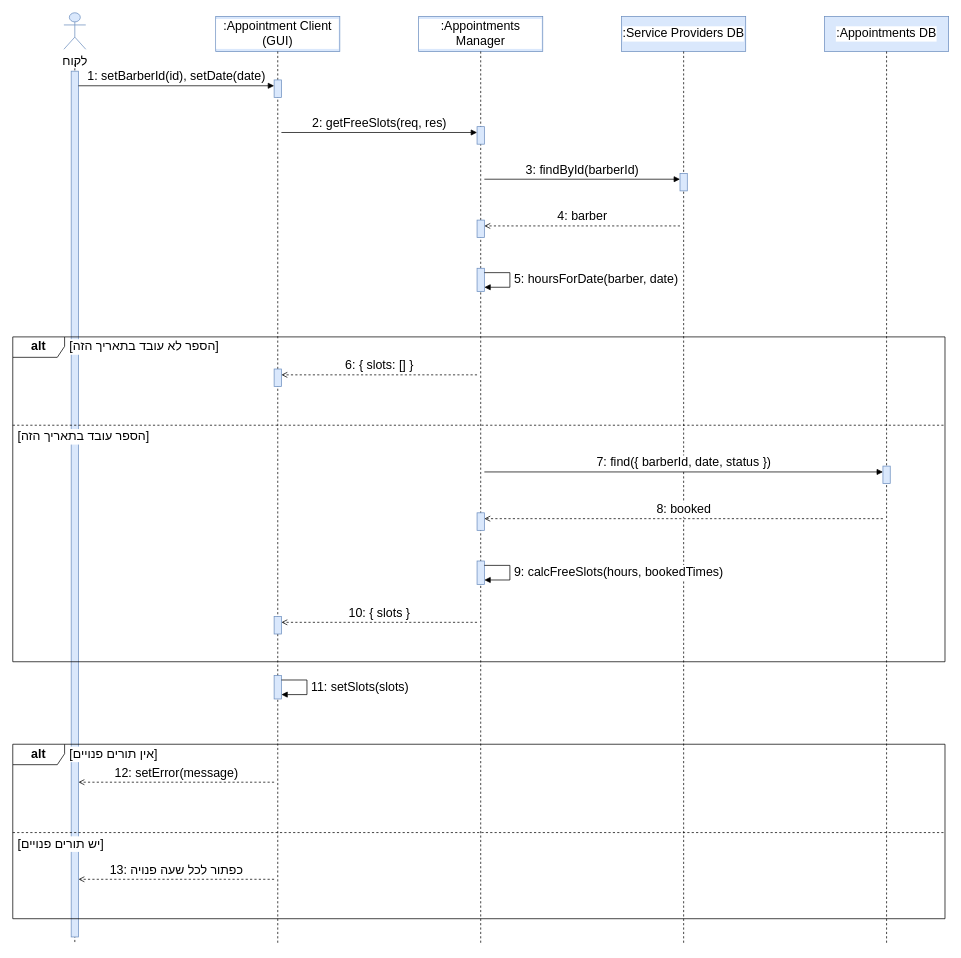
Above: diagrams/OBJ-BookAppointment-1.drawio in arielkaplan20/project_Golden_Hair_Salon (draw.io), before the change. Source tidied: cells renumbered, new cells numbered last; positions are measured from the earlier drawing's top-left corner, leaving out a move shared by most shapes. Both pictures are drawn from the tidied source at 73%, with x=0, y=0 at pixel (12, 12).
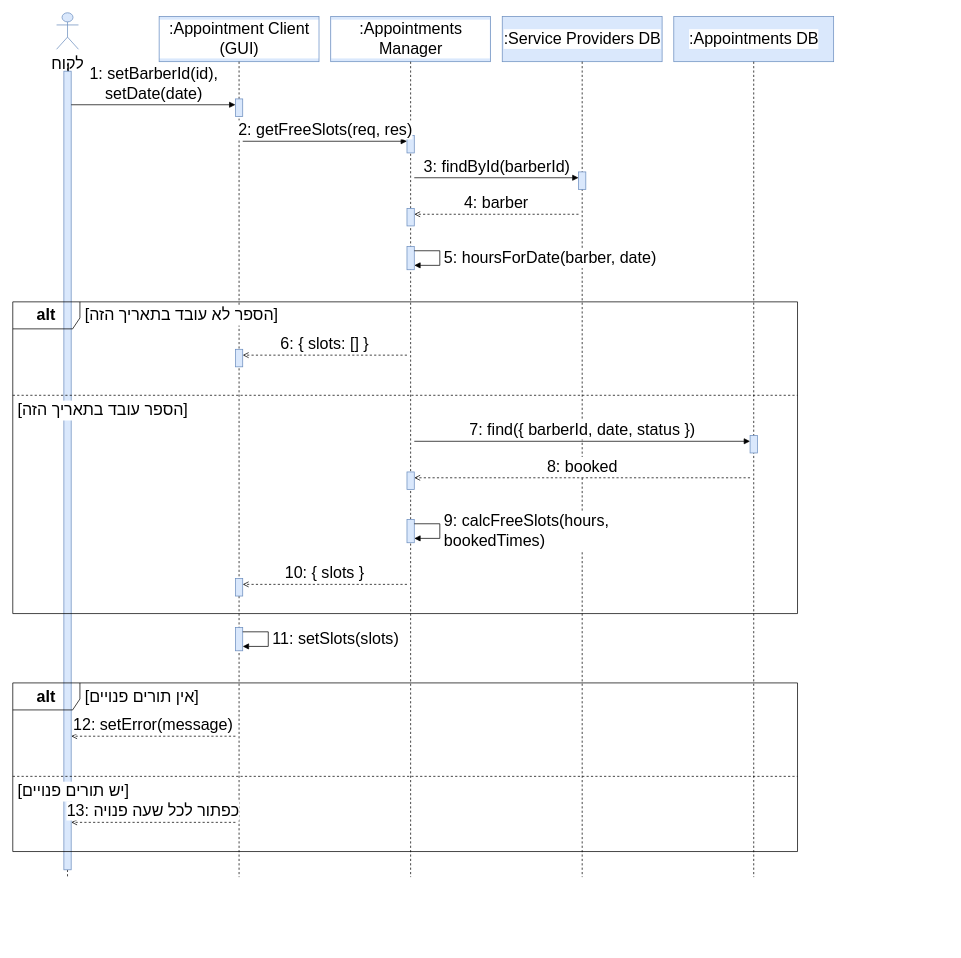
After the change.

Diff of the diagram source:
```diff
@@
-    <mxCell id="2" value="לקוח" style="shape=umlActor;verticalLabelPosition=bottom;verticalAlign=top;html=1;fillColor=#dae8fc;strokeColor=#6c8ebf;fontSize=17;labelBackgroundColor=#ffffff;" parent="1" vertex="1">
-      <mxGeometry x="70" width="30" height="50" as="geometry" />
+    <mxCell id="2" value="לקוח" style="shape=umlActor;verticalLabelPosition=bottom;verticalAlign=top;html=1;fillColor=#dae8fc;strokeColor=#6c8ebf;fontSize=22;labelBackgroundColor=#ffffff;" parent="1" vertex="1">
+      <mxGeometry x="60" width="30" height="50" as="geometry" />
     </mxCell>
-    <mxCell id="3" value=":Appointment Client (GUI)" style="rounded=0;whiteSpace=wrap;html=1;fillColor=#dae8fc;strokeColor=#6c8ebf;fontSize=17;labelBackgroundColor=#ffffff;" parent="1" vertex="1">
-      <mxGeometry x="278" y="5" width="170" height="48" as="geometry" />
+    <mxCell id="3" value=":Appointment Client (GUI)" style="rounded=0;whiteSpace=wrap;html=1;fillColor=#dae8fc;strokeColor=#6c8ebf;fontSize=22;labelBackgroundColor=#ffffff;" parent="1" vertex="1">
+      <mxGeometry x="200.5" y="5" width="219" height="62" as="geometry" />
     </mxCell>
-    <mxCell id="4" value=":Appointments Manager" style="rounded=0;whiteSpace=wrap;html=1;fillColor=#dae8fc;strokeColor=#6c8ebf;fontSize=17;labelBackgroundColor=#ffffff;" parent="1" vertex="1">
-      <mxGeometry x="556" y="5" width="170" height="48" as="geometry" />
+    <mxCell id="4" value=":Appointments Manager" style="rounded=0;whiteSpace=wrap;html=1;fillColor=#dae8fc;strokeColor=#6c8ebf;fontSize=22;labelBackgroundColor=#ffffff;" parent="1" vertex="1">
+      <mxGeometry x="435.5" y="5" width="219" height="62" as="geometry" />
     </mxCell>
-    <mxCell id="5" value=":Service Providers DB" style="rounded=0;whiteSpace=wrap;html=1;fillColor=#dae8fc;strokeColor=#6c8ebf;fontSize=17;labelBackgroundColor=#ffffff;" parent="1" vertex="1">
-      <mxGeometry x="834" y="5" width="170" height="48" as="geometry" />
+    <mxCell id="5" value=":Service Providers DB" style="rounded=0;whiteSpace=wrap;html=1;fillColor=#dae8fc;strokeColor=#6c8ebf;fontSize=22;labelBackgroundColor=#ffffff;" parent="1" vertex="1">
+      <mxGeometry x="670.5" y="5" width="219" height="62" as="geometry" />
     </mxCell>
-    <mxCell id="6" value=":Appointments DB" style="rounded=0;whiteSpace=wrap;html=1;fillColor=#dae8fc;strokeColor=#6c8ebf;fontSize=17;labelBackgroundColor=#ffffff;" parent="1" vertex="1">
-      <mxGeometry x="1112" y="5" width="170" height="48" as="geometry" />
+    <mxCell id="6" value=":Appointments DB" style="rounded=0;whiteSpace=wrap;html=1;fillColor=#dae8fc;strokeColor=#6c8ebf;fontSize=22;labelBackgroundColor=#ffffff;" parent="1" vertex="1">
+      <mxGeometry x="905.5" y="5" width="219" height="62" as="geometry" />
     </mxCell>
     <mxCell id="7" style="endArrow=none;html=1;dashed=1;strokeColor=#000000;" parent="1" edge="1">
       <mxGeometry relative="1" as="geometry">
-        <mxPoint x="85" y="70" as="sourcePoint" />
-        <mxPoint x="85" y="1276" as="targetPoint" />
+        <mxPoint x="75" y="70" as="sourcePoint" />
+        <mxPoint x="75" y="1184" as="targetPoint" />
       </mxGeometry>
     </mxCell>
     <mxCell id="8" style="rounded=0;html=1;fillColor=#dae8fc;strokeColor=#6c8ebf;" parent="1" vertex="1">
-      <mxGeometry x="80" y="80" width="10" height="1186" as="geometry" />
+      <mxGeometry x="70" y="80" width="10" height="1094" as="geometry" />
     </mxCell>
     <mxCell id="9" style="endArrow=none;html=1;dashed=1;strokeColor=#000000;" parent="1" edge="1">
       <mxGeometry relative="1" as="geometry">
-        <mxPoint x="363" y="53" as="sourcePoint" />
-        <mxPoint x="363" y="1276" as="targetPoint" />
+        <mxPoint x="310" y="67" as="sourcePoint" />
+        <mxPoint x="310" y="1184" as="targetPoint" />
       </mxGeometry>
     </mxCell>
     <mxCell id="10" style="endArrow=none;html=1;dashed=1;strokeColor=#000000;" parent="1" edge="1">
       <mxGeometry relative="1" as="geometry">
-        <mxPoint x="641" y="53" as="sourcePoint" />
-        <mxPoint x="641" y="1276" as="targetPoint" />
+        <mxPoint x="545" y="67" as="sourcePoint" />
+        <mxPoint x="545" y="1184" as="targetPoint" />
       </mxGeometry>
     </mxCell>
     <mxCell id="11" style="endArrow=none;html=1;dashed=1;strokeColor=#000000;" parent="1" edge="1">
       <mxGeometry relative="1" as="geometry">
-        <mxPoint x="919" y="53" as="sourcePoint" />
-        <mxPoint x="919" y="1276" as="targetPoint" />
+        <mxPoint x="780" y="67" as="sourcePoint" />
+        <mxPoint x="780" y="1184" as="targetPoint" />
       </mxGeometry>
     </mxCell>
     <mxCell id="12" style="endArrow=none;html=1;dashed=1;strokeColor=#000000;" parent="1" edge="1">
       <mxGeometry relative="1" as="geometry">
-        <mxPoint x="1197" y="53" as="sourcePoint" />
-        <mxPoint x="1197" y="1276" as="targetPoint" />
+        <mxPoint x="1015" y="67" as="sourcePoint" />
+        <mxPoint x="1015" y="1184" as="targetPoint" />
       </mxGeometry>
     </mxCell>
     <mxCell id="13" style="rounded=0;html=1;fillColor=#dae8fc;strokeColor=#6c8ebf;" parent="1" vertex="1">
-      <mxGeometry x="358" y="92" width="10" height="24" as="geometry" />
+      <mxGeometry x="305" y="118" width="10" height="24" as="geometry" />
     </mxCell>
     <mxCell id="14" style="rounded=0;html=1;fillColor=#dae8fc;strokeColor=#6c8ebf;" parent="1" vertex="1">
-      <mxGeometry x="636" y="156" width="10" height="24" as="geometry" />
+      <mxGeometry x="540" y="168" width="10" height="24" as="geometry" />
     </mxCell>
     <mxCell id="15" style="rounded=0;html=1;fillColor=#dae8fc;strokeColor=#6c8ebf;" parent="1" vertex="1">
-      <mxGeometry x="914" y="220" width="10" height="24" as="geometry" />
+      <mxGeometry x="775" y="218" width="10" height="24" as="geometry" />
     </mxCell>
     <mxCell id="16" style="rounded=0;html=1;fillColor=#dae8fc;strokeColor=#6c8ebf;" parent="1" vertex="1">
-      <mxGeometry x="636" y="284" width="10" height="24" as="geometry" />
+      <mxGeometry x="540" y="268" width="10" height="24" as="geometry" />
     </mxCell>
     <mxCell id="17" style="rounded=0;html=1;fillColor=#dae8fc;strokeColor=#6c8ebf;" parent="1" vertex="1">
-      <mxGeometry x="636" y="350" width="10" height="32" as="geometry" />
+      <mxGeometry x="540" y="320" width="10" height="32" as="geometry" />
     </mxCell>
     <mxCell id="18" style="rounded=0;html=1;fillColor=#dae8fc;strokeColor=#6c8ebf;" parent="1" vertex="1">
-      <mxGeometry x="358" y="488" width="10" height="24" as="geometry" />
+      <mxGeometry x="305" y="461" width="10" height="24" as="geometry" />
     </mxCell>
     <mxCell id="19" style="rounded=0;html=1;fillColor=#dae8fc;strokeColor=#6c8ebf;" parent="1" vertex="1">
-      <mxGeometry x="1192" y="621" width="10" height="24" as="geometry" />
+      <mxGeometry x="1010" y="579" width="10" height="24" as="geometry" />
     </mxCell>
     <mxCell id="20" style="rounded=0;html=1;fillColor=#dae8fc;strokeColor=#6c8ebf;" parent="1" vertex="1">
-      <mxGeometry x="636" y="685" width="10" height="24" as="geometry" />
+      <mxGeometry x="540" y="629" width="10" height="24" as="geometry" />
     </mxCell>
     <mxCell id="21" style="rounded=0;html=1;fillColor=#dae8fc;strokeColor=#6c8ebf;" parent="1" vertex="1">
-      <mxGeometry x="636" y="751" width="10" height="32" as="geometry" />
+      <mxGeometry x="540" y="694" width="10" height="32" as="geometry" />
     </mxCell>
     <mxCell id="22" style="rounded=0;html=1;fillColor=#dae8fc;strokeColor=#6c8ebf;" parent="1" vertex="1">
-      <mxGeometry x="358" y="827" width="10" height="24" as="geometry" />
+      <mxGeometry x="305" y="775" width="10" height="24" as="geometry" />
     </mxCell>
     <mxCell id="23" style="rounded=0;html=1;fillColor=#dae8fc;strokeColor=#6c8ebf;" parent="1" vertex="1">
-      <mxGeometry x="358" y="908" width="10" height="32" as="geometry" />
+      <mxGeometry x="305" y="842" width="10" height="32" as="geometry" />
     </mxCell>
-    <mxCell id="24" value="&lt;b&gt;alt&lt;/b&gt;" style="shape=umlFrame;whiteSpace=wrap;html=1;width=71;height=28;fillColor=none;fontSize=17;labelBackgroundColor=#ffffff;" parent="1" vertex="1">
-      <mxGeometry y="444" width="1277" height="445" as="geometry" />
+    <mxCell id="24" value="&lt;b&gt;alt&lt;/b&gt;" style="shape=umlFrame;whiteSpace=wrap;html=1;width=92;height=37;fillColor=none;fontSize=22;labelBackgroundColor=#ffffff;" parent="1" vertex="1">
+      <mxGeometry y="396" width="1075" height="427" as="geometry" />
     </mxCell>
-    <mxCell id="25" value="&lt;span style='background:#ffffff'&gt;[הספר לא עובד בתאריך הזה]&lt;/span&gt;" style="text;html=1;align=left;verticalAlign=middle;whiteSpace=nowrap;fillColor=none;strokeColor=none;fontSize=17;labelBackgroundColor=#ffffff;" parent="1" vertex="1">
-      <mxGeometry x="76" y="444" width="400" height="28" as="geometry" />
+    <mxCell id="25" value="&lt;span style='background:#ffffff'&gt;[הספר לא עובד בתאריך הזה]&lt;/span&gt;" style="text;html=1;align=left;verticalAlign=middle;whiteSpace=nowrap;fillColor=none;strokeColor=none;fontSize=22;labelBackgroundColor=#ffffff;" parent="1" vertex="1">
+      <mxGeometry x="97" y="396" width="400" height="37" as="geometry" />
     </mxCell>
     <mxCell id="26" style="endArrow=none;html=1;dashed=1;" parent="1" edge="1">
       <mxGeometry relative="1" as="geometry">
-        <mxPoint y="565" as="sourcePoint" />
-        <mxPoint x="1277" y="565" as="targetPoint" />
+        <mxPoint y="524" as="sourcePoint" />
+        <mxPoint x="1075" y="524" as="targetPoint" />
       </mxGeometry>
     </mxCell>
-    <mxCell id="27" value="&lt;span style='background:#ffffff'&gt;[הספר עובד בתאריך הזה]&lt;/span&gt;" style="text;html=1;align=left;verticalAlign=middle;whiteSpace=nowrap;fillColor=none;strokeColor=none;fontSize=17;labelBackgroundColor=#ffffff;" parent="1" vertex="1">
-      <mxGeometry x="5" y="567" width="400" height="28" as="geometry" />
+    <mxCell id="27" value="&lt;span style='background:#ffffff'&gt;[הספר עובד בתאריך הזה]&lt;/span&gt;" style="text;html=1;align=left;verticalAlign=middle;whiteSpace=nowrap;fillColor=none;strokeColor=none;fontSize=22;labelBackgroundColor=#ffffff;" parent="1" vertex="1">
+      <mxGeometry x="5" y="526" width="400" height="37" as="geometry" />
     </mxCell>
-    <mxCell id="28" value="&lt;b&gt;alt&lt;/b&gt;" style="shape=umlFrame;whiteSpace=wrap;html=1;width=71;height=28;fillColor=none;fontSize=17;labelBackgroundColor=#ffffff;" parent="1" vertex="1">
-      <mxGeometry y="1002" width="1277" height="239" as="geometry" />
+    <mxCell id="28" value="&lt;b&gt;alt&lt;/b&gt;" style="shape=umlFrame;whiteSpace=wrap;html=1;width=92;height=37;fillColor=none;fontSize=22;labelBackgroundColor=#ffffff;" parent="1" vertex="1">
+      <mxGeometry y="918" width="1075" height="231" as="geometry" />
     </mxCell>
-    <mxCell id="29" value="&lt;span style='background:#ffffff'&gt;[אין תורים פנויים]&lt;/span&gt;" style="text;html=1;align=left;verticalAlign=middle;whiteSpace=nowrap;fillColor=none;strokeColor=none;fontSize=17;labelBackgroundColor=#ffffff;" parent="1" vertex="1">
-      <mxGeometry x="76" y="1002" width="400" height="28" as="geometry" />
+    <mxCell id="29" value="&lt;span style='background:#ffffff'&gt;[אין תורים פנויים]&lt;/span&gt;" style="text;html=1;align=left;verticalAlign=middle;whiteSpace=nowrap;fillColor=none;strokeColor=none;fontSize=22;labelBackgroundColor=#ffffff;" parent="1" vertex="1">
+      <mxGeometry x="97" y="918" width="400" height="37" as="geometry" />
     </mxCell>
     <mxCell id="30" style="endArrow=none;html=1;dashed=1;" parent="1" edge="1">
       <mxGeometry relative="1" as="geometry">
-        <mxPoint y="1123" as="sourcePoint" />
-        <mxPoint x="1277" y="1123" as="targetPoint" />
+        <mxPoint y="1046" as="sourcePoint" />
+        <mxPoint x="1075" y="1046" as="targetPoint" />
       </mxGeometry>
     </mxCell>
-    <mxCell id="31" value="&lt;span style='background:#ffffff'&gt;[יש תורים פנויים]&lt;/span&gt;" style="text;html=1;align=left;verticalAlign=middle;whiteSpace=nowrap;fillColor=none;strokeColor=none;fontSize=17;labelBackgroundColor=#ffffff;" parent="1" vertex="1">
-      <mxGeometry x="5" y="1125" width="400" height="28" as="geometry" />
+    <mxCell id="31" value="&lt;span style='background:#ffffff'&gt;[יש תורים פנויים]&lt;/span&gt;" style="text;html=1;align=left;verticalAlign=middle;whiteSpace=nowrap;fillColor=none;strokeColor=none;fontSize=22;labelBackgroundColor=#ffffff;" parent="1" vertex="1">
+      <mxGeometry x="5" y="1048" width="400" height="37" as="geometry" />
     </mxCell>
-    <mxCell id="32" value="1: setBarberId(id), setDate(date)" style="endArrow=block;endFill=1;html=1;rounded=0;verticalAlign=bottom;labelBackgroundColor=none;fontSize=17;labelBackgroundColor=#ffffff;" parent="1" edge="1">
+    <mxCell id="32" value="1: setBarberId(id),&lt;br&gt;setDate(date)" style="endArrow=block;endFill=1;html=1;rounded=0;verticalAlign=bottom;labelBackgroundColor=none;fontSize=22;labelBackgroundColor=#ffffff;" parent="1" edge="1">
       <mxGeometry relative="1" as="geometry">
-        <mxPoint x="90" y="100" as="sourcePoint" />
-        <mxPoint x="358" y="100" as="targetPoint" />
+        <mxPoint x="80" y="126" as="sourcePoint" />
+        <mxPoint x="305" y="126" as="targetPoint" />
       </mxGeometry>
     </mxCell>
-    <mxCell id="33" value="2: getFreeSlots(req, res)" style="endArrow=block;endFill=1;html=1;rounded=0;verticalAlign=bottom;labelBackgroundColor=none;fontSize=17;labelBackgroundColor=#ffffff;" parent="1" edge="1">
+    <mxCell id="33" value="2: getFreeSlots(req, res)" style="endArrow=block;endFill=1;html=1;rounded=0;verticalAlign=bottom;labelBackgroundColor=none;fontSize=22;labelBackgroundColor=#ffffff;" parent="1" edge="1">
       <mxGeometry relative="1" as="geometry">
-        <mxPoint x="368" y="164" as="sourcePoint" />
-        <mxPoint x="636" y="164" as="targetPoint" />
+        <mxPoint x="315" y="176" as="sourcePoint" />
+        <mxPoint x="540" y="176" as="targetPoint" />
       </mxGeometry>
     </mxCell>
-    <mxCell id="34" value="3: findById(barberId)" style="endArrow=block;endFill=1;html=1;rounded=0;verticalAlign=bottom;labelBackgroundColor=none;fontSize=17;labelBackgroundColor=#ffffff;" parent="1" edge="1">
+    <mxCell id="34" value="3: findById(barberId)" style="endArrow=block;endFill=1;html=1;rounded=0;verticalAlign=bottom;labelBackgroundColor=none;fontSize=22;labelBackgroundColor=#ffffff;" parent="1" edge="1">
       <mxGeometry relative="1" as="geometry">
-        <mxPoint x="646" y="228" as="sourcePoint" />
-        <mxPoint x="914" y="228" as="targetPoint" />
+        <mxPoint x="550" y="226" as="sourcePoint" />
+        <mxPoint x="775" y="226" as="targetPoint" />
       </mxGeometry>
     </mxCell>
-    <mxCell id="35" value="4: barber" style="endArrow=open;endFill=0;html=1;rounded=0;dashed=1;verticalAlign=bottom;labelBackgroundColor=none;fontSize=17;labelBackgroundColor=#ffffff;" parent="1" edge="1">
+    <mxCell id="35" value="4: barber" style="endArrow=open;endFill=0;html=1;rounded=0;dashed=1;verticalAlign=bottom;labelBackgroundColor=none;fontSize=22;labelBackgroundColor=#ffffff;" parent="1" edge="1">
       <mxGeometry relative="1" as="geometry">
-        <mxPoint x="914" y="292" as="sourcePoint" />
-        <mxPoint x="646" y="292" as="targetPoint" />
+        <mxPoint x="775" y="276" as="sourcePoint" />
+        <mxPoint x="550" y="276" as="targetPoint" />
       </mxGeometry>
     </mxCell>
-    <mxCell id="36" value="5: hoursForDate(barber, date)" style="endArrow=block;endFill=1;html=1;rounded=0;align=left;spacingLeft=4;labelBackgroundColor=none;fontSize=17;labelBackgroundColor=#ffffff;" parent="1" edge="1">
+    <mxCell id="36" value="5: hoursForDate(barber, date)" style="endArrow=block;endFill=1;html=1;rounded=0;align=left;spacingLeft=4;labelBackgroundColor=none;fontSize=22;labelBackgroundColor=#ffffff;" parent="1" edge="1">
       <mxGeometry relative="1" as="geometry">
-        <mxPoint x="646" y="356" as="sourcePoint" />
-        <mxPoint x="646" y="376" as="targetPoint" />
+        <mxPoint x="550" y="326" as="sourcePoint" />
+        <mxPoint x="550" y="346" as="targetPoint" />
         <Array as="points">
-          <mxPoint x="681" y="356" />
-          <mxPoint x="681" y="376" />
+          <mxPoint x="585" y="326" />
+          <mxPoint x="585" y="346" />
         </Array>
       </mxGeometry>
     </mxCell>
-    <mxCell id="37" value="6: { slots: [] }" style="endArrow=open;endFill=0;html=1;rounded=0;dashed=1;verticalAlign=bottom;labelBackgroundColor=none;fontSize=17;labelBackgroundColor=#ffffff;" parent="1" edge="1">
+    <mxCell id="37" value="6: { slots: [] }" style="endArrow=open;endFill=0;html=1;rounded=0;dashed=1;verticalAlign=bottom;labelBackgroundColor=none;fontSize=22;labelBackgroundColor=#ffffff;" parent="1" edge="1">
       <mxGeometry relative="1" as="geometry">
-        <mxPoint x="636" y="496" as="sourcePoint" />
-        <mxPoint x="368" y="496" as="targetPoint" />
+        <mxPoint x="540" y="469" as="sourcePoint" />
+        <mxPoint x="315" y="469" as="targetPoint" />
       </mxGeometry>
     </mxCell>
-    <mxCell id="38" value="7: find({ barberId, date, status })" style="endArrow=block;endFill=1;html=1;rounded=0;verticalAlign=bottom;labelBackgroundColor=none;fontSize=17;labelBackgroundColor=#ffffff;" parent="1" edge="1">
+    <mxCell id="38" value="7: find({ barberId, date, status })" style="endArrow=block;endFill=1;html=1;rounded=0;verticalAlign=bottom;labelBackgroundColor=none;fontSize=22;labelBackgroundColor=#ffffff;" parent="1" edge="1">
       <mxGeometry relative="1" as="geometry">
-        <mxPoint x="646" y="629" as="sourcePoint" />
-        <mxPoint x="1192" y="629" as="targetPoint" />
+        <mxPoint x="550" y="587" as="sourcePoint" />
+        <mxPoint x="1010" y="587" as="targetPoint" />
       </mxGeometry>
     </mxCell>
-    <mxCell id="39" value="8: booked" style="endArrow=open;endFill=0;html=1;rounded=0;dashed=1;verticalAlign=bottom;labelBackgroundColor=none;fontSize=17;labelBackgroundColor=#ffffff;" parent="1" edge="1">
+    <mxCell id="39" value="8: booked" style="endArrow=open;endFill=0;html=1;rounded=0;dashed=1;verticalAlign=bottom;labelBackgroundColor=none;fontSize=22;labelBackgroundColor=#ffffff;" parent="1" edge="1">
       <mxGeometry relative="1" as="geometry">
-        <mxPoint x="1192" y="693" as="sourcePoint" />
-        <mxPoint x="646" y="693" as="targetPoint" />
+        <mxPoint x="1010" y="637" as="sourcePoint" />
+        <mxPoint x="550" y="637" as="targetPoint" />
       </mxGeometry>
     </mxCell>
-    <mxCell id="40" value="9: calcFreeSlots(hours, bookedTimes)" style="endArrow=block;endFill=1;html=1;rounded=0;align=left;spacingLeft=4;labelBackgroundColor=none;fontSize=17;labelBackgroundColor=#ffffff;" parent="1" edge="1">
+    <mxCell id="40" value="9: calcFreeSlots(hours,&lt;br&gt;bookedTimes)" style="endArrow=block;endFill=1;html=1;rounded=0;align=left;spacingLeft=4;labelBackgroundColor=none;fontSize=22;labelBackgroundColor=#ffffff;" parent="1" edge="1">
       <mxGeometry relative="1" as="geometry">
-        <mxPoint x="646" y="757" as="sourcePoint" />
-        <mxPoint x="646" y="777" as="targetPoint" />
+        <mxPoint x="550" y="700" as="sourcePoint" />
+        <mxPoint x="550" y="720" as="targetPoint" />
         <Array as="points">
-          <mxPoint x="681" y="757" />
-          <mxPoint x="681" y="777" />
+          <mxPoint x="585" y="700" />
+          <mxPoint x="585" y="720" />
         </Array>
       </mxGeometry>
     </mxCell>
-    <mxCell id="41" value="10: { slots }" style="endArrow=open;endFill=0;html=1;rounded=0;dashed=1;verticalAlign=bottom;labelBackgroundColor=none;fontSize=17;labelBackgroundColor=#ffffff;" parent="1" edge="1">
+    <mxCell id="41" value="10: { slots }" style="endArrow=open;endFill=0;html=1;rounded=0;dashed=1;verticalAlign=bottom;labelBackgroundColor=none;fontSize=22;labelBackgroundColor=#ffffff;" parent="1" edge="1">
       <mxGeometry relative="1" as="geometry">
-        <mxPoint x="636" y="835" as="sourcePoint" />
-        <mxPoint x="368" y="835" as="targetPoint" />
+        <mxPoint x="540" y="783" as="sourcePoint" />
+        <mxPoint x="315" y="783" as="targetPoint" />
       </mxGeometry>
     </mxCell>
-    <mxCell id="42" value="11: setSlots(slots)" style="endArrow=block;endFill=1;html=1;rounded=0;align=left;spacingLeft=4;labelBackgroundColor=none;fontSize=17;labelBackgroundColor=#ffffff;" parent="1" edge="1">
+    <mxCell id="42" value="11: setSlots(slots)" style="endArrow=block;endFill=1;html=1;rounded=0;align=left;spacingLeft=4;labelBackgroundColor=none;fontSize=22;labelBackgroundColor=#ffffff;" parent="1" edge="1">
       <mxGeometry relative="1" as="geometry">
-        <mxPoint x="368" y="914" as="sourcePoint" />
-        <mxPoint x="368" y="934" as="targetPoint" />
+        <mxPoint x="315" y="848" as="sourcePoint" />
+        <mxPoint x="315" y="868" as="targetPoint" />
         <Array as="points">
-          <mxPoint x="403" y="914" />
-          <mxPoint x="403" y="934" />
+          <mxPoint x="350" y="848" />
+          <mxPoint x="350" y="868" />
         </Array>
       </mxGeometry>
     </mxCell>
-    <mxCell id="43" value="12: setError(message)" style="endArrow=open;endFill=0;html=1;rounded=0;dashed=1;verticalAlign=bottom;labelBackgroundColor=none;fontSize=17;labelBackgroundColor=#ffffff;" parent="1" edge="1">
+    <mxCell id="43" value="12: setError(message)" style="endArrow=open;endFill=0;html=1;rounded=0;dashed=1;verticalAlign=bottom;labelBackgroundColor=none;fontSize=22;labelBackgroundColor=#ffffff;" parent="1" edge="1">
       <mxGeometry relative="1" as="geometry">
-        <mxPoint x="358" y="1054" as="sourcePoint" />
-        <mxPoint x="90" y="1054" as="targetPoint" />
+        <mxPoint x="305" y="991" as="sourcePoint" />
+        <mxPoint x="80" y="991" as="targetPoint" />
       </mxGeometry>
     </mxCell>
-    <mxCell id="44" value="13: כפתור לכל שעה פנויה" style="endArrow=open;endFill=0;html=1;rounded=0;dashed=1;verticalAlign=bottom;labelBackgroundColor=none;fontSize=17;labelBackgroundColor=#ffffff;" parent="1" edge="1">
+    <mxCell id="44" value="13: כפתור לכל שעה פנויה" style="endArrow=open;endFill=0;html=1;rounded=0;dashed=1;verticalAlign=bottom;labelBackgroundColor=none;fontSize=22;labelBackgroundColor=#ffffff;" parent="1" edge="1">
       <mxGeometry relative="1" as="geometry">
-        <mxPoint x="358" y="1187" as="sourcePoint" />
-        <mxPoint x="90" y="1187" as="targetPoint" />
+        <mxPoint x="305" y="1109" as="sourcePoint" />
+        <mxPoint x="80" y="1109" as="targetPoint" />
       </mxGeometry>
     </mxCell>
```
